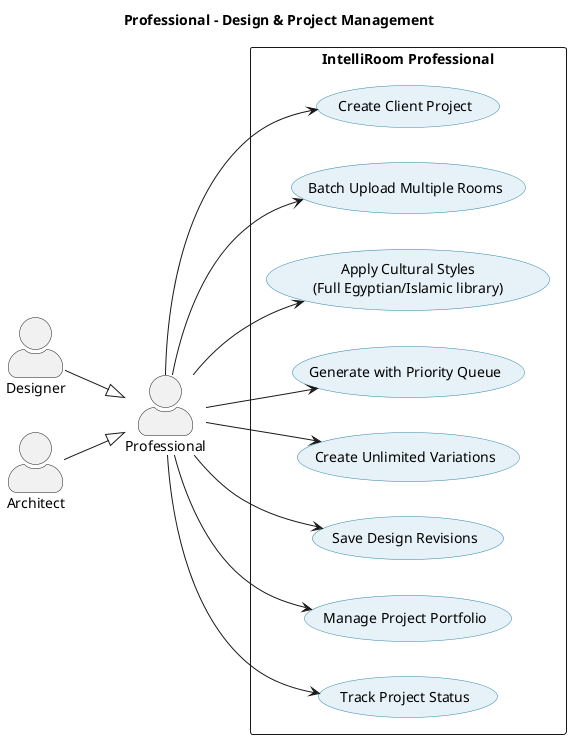
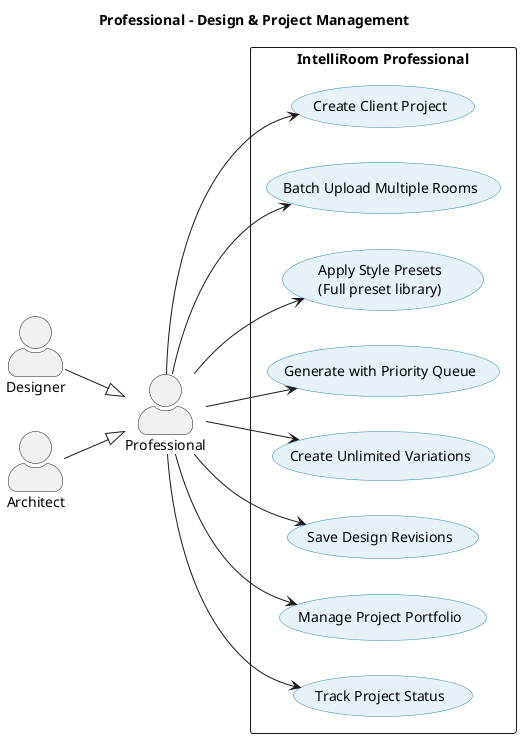
@startuml
title Professional - Design & Project Management

left to right direction
skinparam actorStyle awesome
skinparam usecase {
  BackgroundColor #E6F2F7
  BorderColor #2E86AB
}

actor "Professional" as Pro
actor "Designer" as Designer
actor "Architect" as Architect

Designer --|> Pro
Architect --|> Pro

rectangle "IntelliRoom Professional" {
  usecase "Create Client Project" as UC1
  usecase "Batch Upload Multiple Rooms" as UC2
-   usecase "Apply Cultural Styles\n(Full Egyptian/Islamic library)" as UC3
+   usecase "Apply Style Presets\n(Full preset library)" as UC3
  usecase "Generate with Priority Queue" as UC4
  usecase "Create Unlimited Variations" as UC5
  usecase "Save Design Revisions" as UC6
  usecase "Manage Project Portfolio" as UC7
  usecase "Track Project Status" as UC8
}

Pro --> UC1
Pro --> UC2
Pro --> UC3
Pro --> UC4
Pro --> UC5
Pro --> UC6
Pro --> UC7
Pro --> UC8

@enduml
